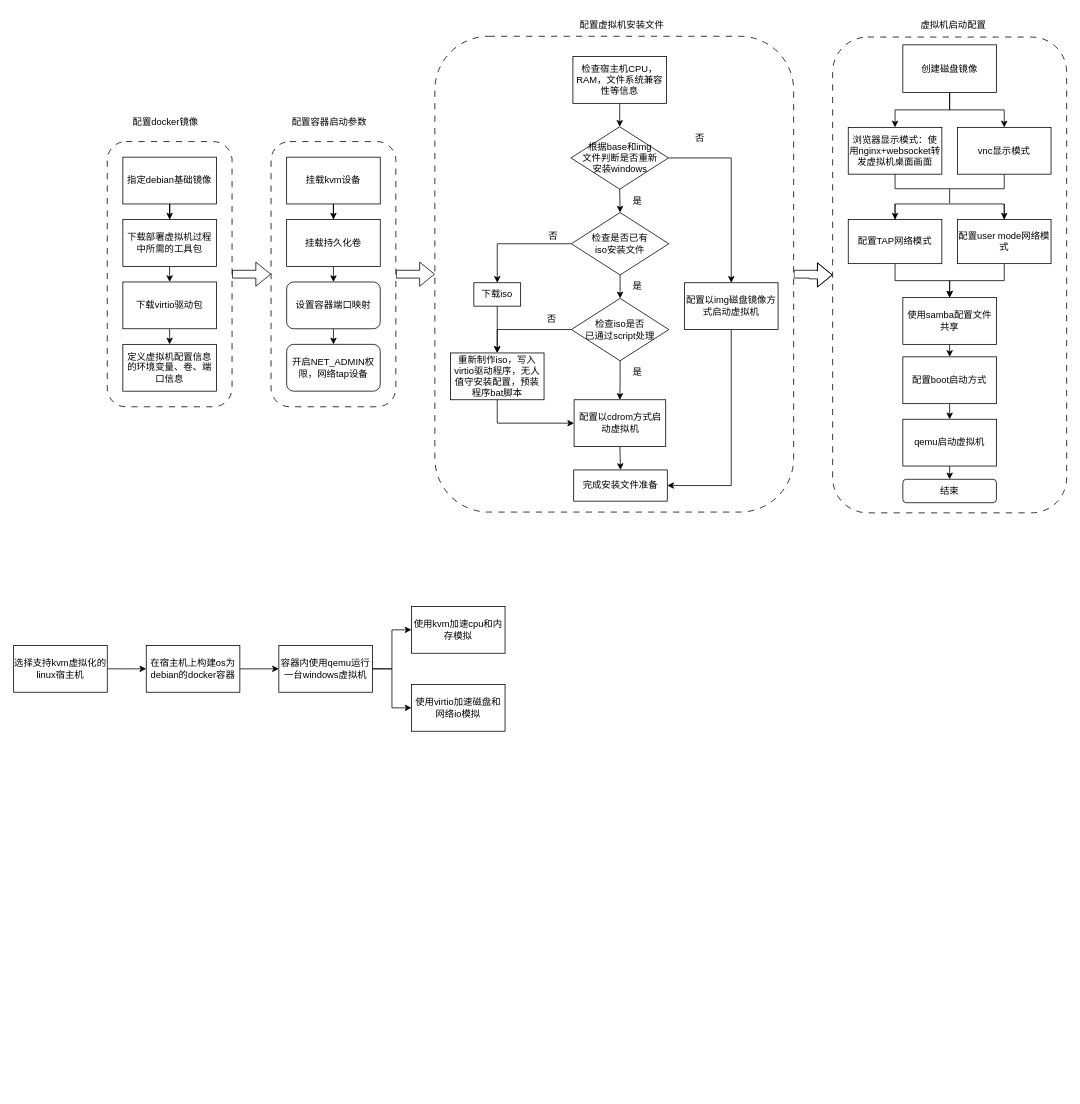
The draw.io diagram Untitled Diagram.drawio in micro-driver/draw, before the edit. Source tidied: cells renumbered, new cells numbered last; positions are measured from the earlier drawing's top-left corner, leaving out a move shared by most shapes. Both pictures are drawn from the tidied source at 78%, with x=0, y=0 at pixel (13, 13).
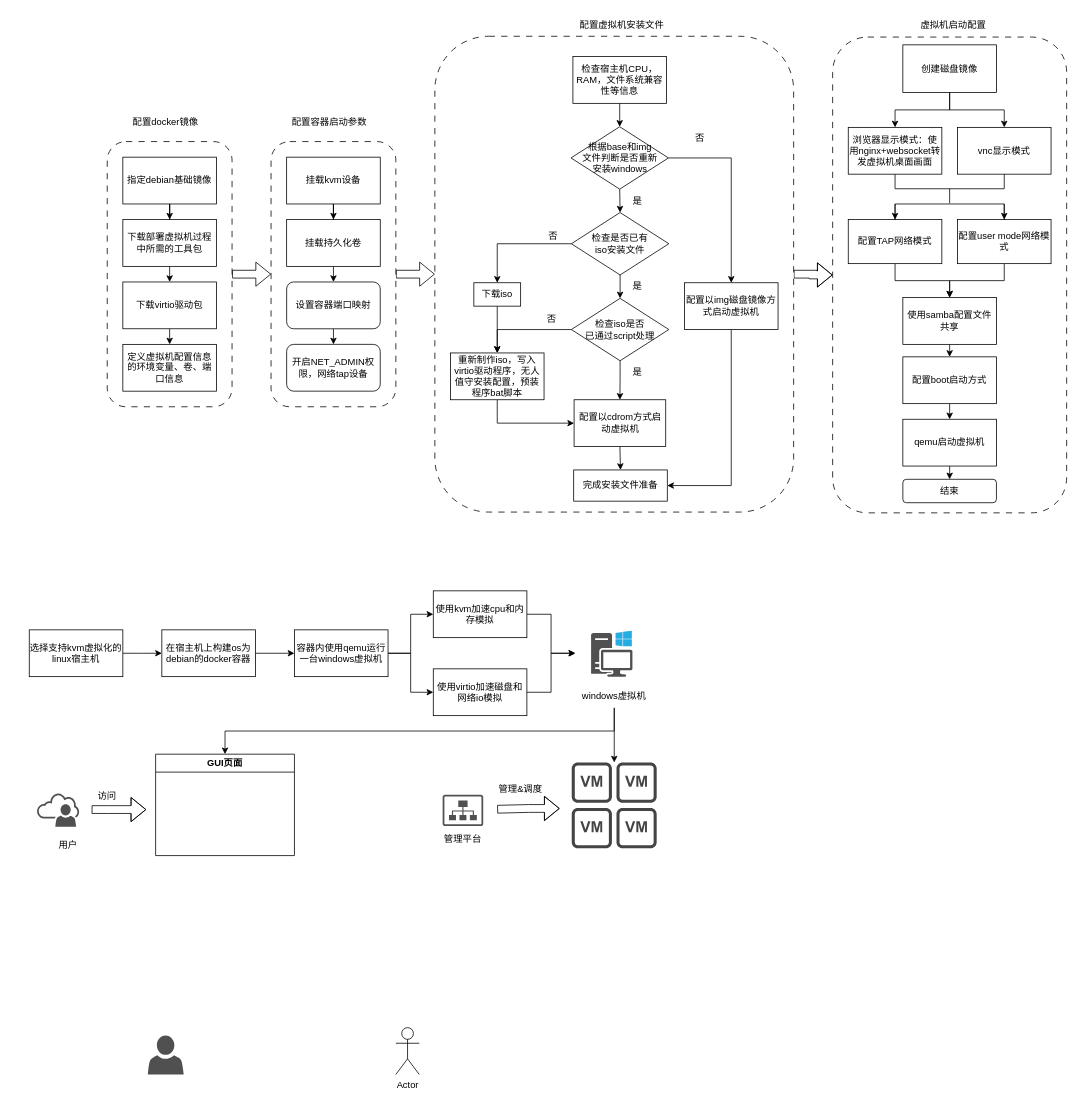
The same page after the edit.

What changed in the source:
```diff
@@
-    <mxCell id="52" style="edgeStyle=orthogonalEdgeStyle;rounded=0;jettySize=auto;html=1;exitX=1;exitY=0.5;exitDx=0;exitDy=0;" parent="1" edge="1" source="53">
-      <mxGeometry relative="1" as="geometry">
-        <mxPoint x="170" y="840" as="targetPoint" />
-      </mxGeometry>
-    </mxCell>
-    <mxCell id="53" value="选择支持kvm虚拟化的linux宿主机" style="rounded=0;whiteSpace=wrap;html=1;" parent="1" vertex="1">
-      <mxGeometry y="810" width="120" height="60" as="geometry" />
-    </mxCell>
-    <mxCell id="54" style="edgeStyle=orthogonalEdgeStyle;rounded=0;jettySize=auto;html=1;exitX=1;exitY=0.5;exitDx=0;exitDy=0;entryX=0;entryY=0.5;entryDx=0;entryDy=0;" parent="1" edge="1" source="55" target="58">
-      <mxGeometry relative="1" as="geometry" />
-    </mxCell>
-    <mxCell id="55" value="在宿主机上构建os为debian的docker容器" style="rounded=0;whiteSpace=wrap;html=1;" parent="1" vertex="1">
-      <mxGeometry x="170" y="810" width="120" height="60" as="geometry" />
-    </mxCell>
-    <mxCell id="56" style="edgeStyle=orthogonalEdgeStyle;rounded=0;jettySize=auto;html=1;exitX=1;exitY=0.5;exitDx=0;exitDy=0;" parent="1" edge="1" source="58" target="59">
-      <mxGeometry relative="1" as="geometry" />
-    </mxCell>
-    <mxCell id="57" style="edgeStyle=orthogonalEdgeStyle;rounded=0;jettySize=auto;html=1;entryX=0;entryY=0.5;entryDx=0;entryDy=0;" parent="1" edge="1" source="58" target="60">
-      <mxGeometry relative="1" as="geometry" />
-    </mxCell>
-    <mxCell id="58" value="容器内使用qemu运行一台windows虚拟机" style="rounded=0;whiteSpace=wrap;html=1;" parent="1" vertex="1">
-      <mxGeometry x="340" y="810" width="120" height="60" as="geometry" />
-    </mxCell>
-    <mxCell id="59" value="使用kvm加速cpu和内存模拟" style="rounded=0;whiteSpace=wrap;html=1;" parent="1" vertex="1">
-      <mxGeometry x="510" y="760" width="120" height="60" as="geometry" />
-    </mxCell>
-    <mxCell id="60" value="使用virtio加速磁盘和网络io模拟" style="rounded=0;whiteSpace=wrap;html=1;" parent="1" vertex="1">
-      <mxGeometry x="510" y="860" width="120" height="60" as="geometry" />
-    </mxCell>
@@
+    <mxCell id="85" value="Actor" style="shape=umlActor;verticalLabelPosition=bottom;verticalAlign=top;html=1;" parent="1" vertex="1">
+      <mxGeometry x="490" y="1300" width="30" height="60" as="geometry" />
+    </mxCell>
+    <mxCell id="86" style="sketch=0;shadow=0;dashed=0;html=1;strokeColor=none;fillColor=#505050;labelPosition=center;verticalLabelPosition=bottom;verticalAlign=top;align=center;shape=mxgraph.office.users.user;" parent="1" vertex="1">
+      <mxGeometry x="172" y="1310" width="46" height="50" as="geometry" />
+    </mxCell>
+    <mxCell id="87" style="group;" parent="1" vertex="1">
+      <mxGeometry x="10" y="740" width="830" height="341.2" as="geometry" />
+    </mxCell>
+    <mxCell id="88" style="rounded=0;whiteSpace=wrap;html=1;fillColor=none;strokeColor=none;" parent="87" vertex="1">
+      <mxGeometry x="710" y="50" width="120" height="60" as="geometry" />
+    </mxCell>
+    <mxCell id="89" style="group;" parent="87" vertex="1">
+      <mxGeometry x="10" width="630" height="160" as="geometry" />
+    </mxCell>
+    <mxCell id="52" style="edgeStyle=orthogonalEdgeStyle;rounded=0;jettySize=auto;html=1;exitX=1;exitY=0.5;exitDx=0;exitDy=0;" parent="89" edge="1" source="53">
+      <mxGeometry relative="1" as="geometry">
+        <mxPoint x="170" y="80" as="targetPoint" />
+      </mxGeometry>
+    </mxCell>
+    <mxCell id="53" value="选择支持kvm虚拟化的linux宿主机" style="rounded=0;whiteSpace=wrap;html=1;" parent="89" vertex="1">
+      <mxGeometry y="50" width="120" height="60" as="geometry" />
+    </mxCell>
+    <mxCell id="54" style="edgeStyle=orthogonalEdgeStyle;rounded=0;jettySize=auto;html=1;exitX=1;exitY=0.5;exitDx=0;exitDy=0;entryX=0;entryY=0.5;entryDx=0;entryDy=0;" parent="89" edge="1" source="55" target="58">
+      <mxGeometry relative="1" as="geometry" />
+    </mxCell>
+    <mxCell id="55" value="在宿主机上构建os为debian的docker容器" style="rounded=0;whiteSpace=wrap;html=1;" parent="89" vertex="1">
+      <mxGeometry x="170" y="50" width="120" height="60" as="geometry" />
+    </mxCell>
+    <mxCell id="56" style="edgeStyle=orthogonalEdgeStyle;rounded=0;jettySize=auto;html=1;exitX=1;exitY=0.5;exitDx=0;exitDy=0;" parent="89" edge="1" source="58" target="59">
+      <mxGeometry relative="1" as="geometry" />
+    </mxCell>
+    <mxCell id="57" style="edgeStyle=orthogonalEdgeStyle;rounded=0;jettySize=auto;html=1;entryX=0;entryY=0.5;entryDx=0;entryDy=0;" parent="89" edge="1" source="58" target="60">
+      <mxGeometry relative="1" as="geometry" />
+    </mxCell>
+    <mxCell id="58" value="容器内使用qemu运行一台windows虚拟机" style="rounded=0;whiteSpace=wrap;html=1;" parent="89" vertex="1">
+      <mxGeometry x="340" y="50" width="120" height="60" as="geometry" />
+    </mxCell>
+    <mxCell id="59" value="使用kvm加速cpu和内存模拟" style="rounded=0;whiteSpace=wrap;html=1;" parent="89" vertex="1">
+      <mxGeometry x="518" width="120" height="60" as="geometry" />
+    </mxCell>
+    <mxCell id="60" value="使用virtio加速磁盘和网络io模拟" style="rounded=0;whiteSpace=wrap;html=1;" parent="89" vertex="1">
+      <mxGeometry x="518" y="100" width="120" height="60" as="geometry" />
+    </mxCell>
+    <mxCell id="90" style="edgeStyle=orthogonalEdgeStyle;rounded=0;jettySize=auto;html=1;exitX=1;exitY=0.5;exitDx=0;exitDy=0;entryX=0;entryY=0.5;entryDx=0;entryDy=0;" parent="87" edge="1" source="59" target="88">
+      <mxGeometry relative="1" as="geometry" />
+    </mxCell>
+    <mxCell id="91" style="edgeStyle=orthogonalEdgeStyle;rounded=0;jettySize=auto;html=1;exitX=1;exitY=0.5;exitDx=0;exitDy=0;entryX=0;entryY=0.5;entryDx=0;entryDy=0;" parent="87" edge="1" source="60" target="88">
+      <mxGeometry relative="1" as="geometry" />
+    </mxCell>
+    <mxCell id="92" value="GUI页面" style="swimlane;whiteSpace=wrap;html=1;" parent="87" vertex="1">
+      <mxGeometry x="172" y="209.4" width="178" height="130" as="geometry" />
+    </mxCell>
+    <mxCell id="93" style="edgeStyle=orthogonalEdgeStyle;rounded=0;jettySize=auto;html=1;exitX=0.5;exitY=1;exitDx=0;exitDy=0;entryX=0.5;entryY=0;entryDx=0;entryDy=0;" parent="87" edge="1" source="95" target="92">
+      <mxGeometry relative="1" as="geometry" />
+    </mxCell>
+    <mxCell id="94" style="edgeStyle=orthogonalEdgeStyle;rounded=0;jettySize=auto;html=1;exitX=0.5;exitY=1;exitDx=0;exitDy=0;" parent="87" edge="1" source="95" target="100">
+      <mxGeometry relative="1" as="geometry" />
+    </mxCell>
+    <mxCell id="95" value="windows虚拟机" style="text;html=1;align=center;verticalAlign=middle;whiteSpace=wrap;rounded=0;" parent="87" vertex="1">
+      <mxGeometry x="710" y="120" width="100" height="30" as="geometry" />
+    </mxCell>
+    <mxCell id="96" style="sketch=0;shadow=0;dashed=0;html=1;strokeColor=none;fillColor=#505050;labelPosition=center;verticalLabelPosition=bottom;verticalAlign=top;align=center;shape=mxgraph.office.devices.workstation_pc;" parent="87" vertex="1">
+      <mxGeometry x="730.3" y="51" width="53" height="59" as="geometry" />
+    </mxCell>
+    <mxCell id="97" style="sketch=0;shadow=0;dashed=0;html=1;strokeColor=none;fillColor=#505050;labelPosition=center;verticalLabelPosition=bottom;verticalAlign=top;align=center;shape=mxgraph.office.users.online_user;" parent="87" vertex="1">
+      <mxGeometry x="20" y="259.4" width="54" height="43" as="geometry" />
+    </mxCell>
+    <mxCell id="98" style="shape=flexArrow;endArrow=classic;html=1;rounded=0;" parent="87" edge="1">
+      <mxGeometry relative="1" as="geometry">
+        <mxPoint x="90" y="280.4" as="sourcePoint" />
+        <mxPoint x="160" y="280.4" as="targetPoint" />
+        <Array as="points">
+          <mxPoint x="110" y="280.4" />
+        </Array>
+      </mxGeometry>
+    </mxCell>
+    <mxCell id="99" value="用户" style="text;html=1;align=center;verticalAlign=middle;whiteSpace=wrap;rounded=0;" parent="87" vertex="1">
+      <mxGeometry x="10" y="310.6" width="100" height="30" as="geometry" />
+    </mxCell>
+    <mxCell id="100" style="sketch=0;shadow=0;dashed=0;html=1;strokeColor=none;fillColor=#434445;labelPosition=center;verticalLabelPosition=bottom;verticalAlign=top;align=center;outlineConnect=0;shape=mxgraph.vvd.vm_group;" parent="87" vertex="1">
+      <mxGeometry x="705.5" y="220" width="108.9" height="110" as="geometry" />
+    </mxCell>
+    <mxCell id="101" value="访问" style="text;html=1;align=center;verticalAlign=middle;whiteSpace=wrap;rounded=0;" parent="87" vertex="1">
+      <mxGeometry x="80" y="249.4" width="60" height="30" as="geometry" />
+    </mxCell>
+    <mxCell id="102" style="shape=flexArrow;endArrow=classic;html=1;rounded=0;" parent="87" edge="1">
+      <mxGeometry relative="1" as="geometry">
+        <mxPoint x="610" y="280" as="sourcePoint" />
+        <mxPoint x="690" y="279" as="targetPoint" />
+        <Array as="points">
+          <mxPoint x="650" y="279" />
+        </Array>
+      </mxGeometry>
+    </mxCell>
+    <mxCell id="103" value="管理&amp;amp;调度" style="text;html=1;align=center;verticalAlign=middle;whiteSpace=wrap;rounded=0;" parent="87" vertex="1">
+      <mxGeometry x="610" y="240" width="60" height="30" as="geometry" />
+    </mxCell>
+    <mxCell id="104" style="sketch=0;shadow=0;dashed=0;html=1;strokeColor=none;fillColor=#505050;labelPosition=center;verticalLabelPosition=bottom;verticalAlign=top;align=center;shape=mxgraph.office.sites.site_collection;" parent="87" vertex="1">
+      <mxGeometry x="540" y="261.5" width="52" height="40" as="geometry" />
+    </mxCell>
+    <mxCell id="105" value="管理平台" style="text;html=1;align=center;verticalAlign=middle;whiteSpace=wrap;rounded=0;" parent="87" vertex="1">
+      <mxGeometry x="536" y="303" width="60" height="30" as="geometry" />
+    </mxCell>
```
